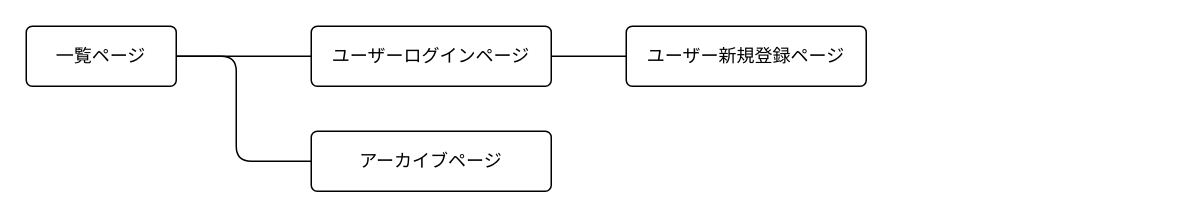
The draw.io diagram window.dio in ruu2023/jdi-app, before the edit. Source tidied: cells renumbered, new cells numbered last; positions are measured from the earlier drawing's top-left corner, leaving out a move shared by most shapes. Both pictures are drawn from the tidied source at 150%, with x=0, y=0 at pixel (26, 26).
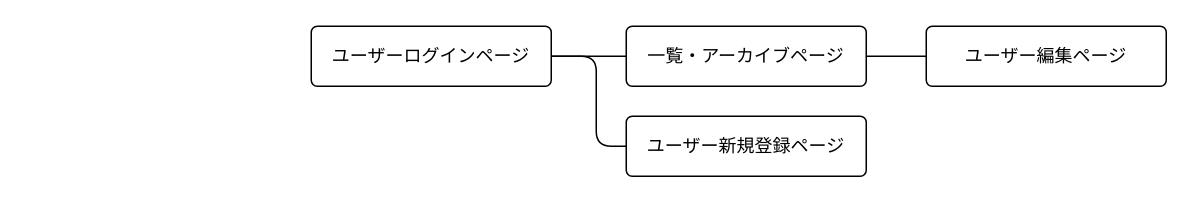
The same page after the edit.

Change to the diagram source:
```diff
@@
 <mxGraphModel>
   <root>
     <mxCell id="0" />
     <mxCell id="1" parent="0" />
     <mxCell id="2" style="edgeStyle=none;html=1;exitX=1;exitY=0.5;exitDx=0;exitDy=0;entryX=0;entryY=0.5;entryDx=0;entryDy=0;endArrow=none;endFill=0;" parent="1" edge="1" source="3" target="6">
-      <mxGeometry relative="1" as="geometry" />
+      <mxGeometry relative="1" as="geometry">
+        <Array as="points">
+          <mxPoint x="380" y="20" />
+          <mxPoint x="380" y="80" />
+        </Array>
+      </mxGeometry>
     </mxCell>
     <mxCell id="3" value="ユーザーログインページ" style="rounded=1;arcSize=10;whiteSpace=wrap;html=1;align=center;" parent="1" vertex="1">
       <mxGeometry x="190" width="160" height="40" as="geometry" />
     </mxCell>
-    <mxCell id="4" style="edgeStyle=none;html=1;exitX=1;exitY=0.5;exitDx=0;exitDy=0;entryX=0;entryY=0.5;entryDx=0;entryDy=0;endArrow=none;endFill=0;" parent="1" edge="1" source="5" target="3">
-      <mxGeometry relative="1" as="geometry" />
-    </mxCell>
-    <mxCell id="5" value="一覧ページ" style="rounded=1;arcSize=10;whiteSpace=wrap;html=1;align=center;" parent="1" vertex="1">
-      <mxGeometry width="100" height="40" as="geometry" />
+    <mxCell id="5" value="一覧・アーカイブページ" style="rounded=1;arcSize=10;whiteSpace=wrap;html=1;align=center;" parent="1" vertex="1">
+      <mxGeometry x="400" width="160" height="40" as="geometry" />
     </mxCell>
     <mxCell id="6" value="ユーザー新規登録ページ" style="rounded=1;arcSize=10;whiteSpace=wrap;html=1;align=center;" parent="1" vertex="1">
-      <mxGeometry x="400" width="160" height="40" as="geometry" />
+      <mxGeometry x="400" y="60" width="160" height="40" as="geometry" />
     </mxCell>
-    <mxCell id="7" style="edgeStyle=none;html=1;exitX=0;exitY=0.5;exitDx=0;exitDy=0;endArrow=none;endFill=0;" parent="1" edge="1" source="8">
-      <mxGeometry relative="1" as="geometry">
-        <mxPoint x="100" y="20" as="targetPoint" />
-        <Array as="points">
-          <mxPoint x="140" y="90" />
-          <mxPoint x="140" y="20" />
-        </Array>
-      </mxGeometry>
-    </mxCell>
-    <mxCell id="8" value="アーカイブページ" style="rounded=1;arcSize=10;whiteSpace=wrap;html=1;align=center;" parent="1" vertex="1">
-      <mxGeometry x="190" y="70" width="160" height="40" as="geometry" />
-    </mxCell>
+    <mxCell id="9" style="edgeStyle=none;html=1;endArrow=none;endFill=0;" parent="1" edge="1" source="10" target="5">
+      <mxGeometry relative="1" as="geometry" />
+    </mxCell>
+    <mxCell id="10" value="ユーザー編集ページ" style="rounded=1;arcSize=10;whiteSpace=wrap;html=1;align=center;" parent="1" vertex="1">
+      <mxGeometry x="600" width="160" height="40" as="geometry" />
+    </mxCell>
+    <mxCell id="11" style="edgeStyle=none;html=1;endArrow=none;endFill=0;" parent="1" edge="1">
+      <mxGeometry relative="1" as="geometry">
+        <mxPoint x="350" y="20" as="sourcePoint" />
+        <mxPoint x="400" y="20" as="targetPoint" />
+        <Array as="points">
+          <mxPoint x="380" y="20" />
+          <mxPoint x="400" y="20" />
+        </Array>
+      </mxGeometry>
+    </mxCell>
   </root>
 </mxGraphModel>
```
